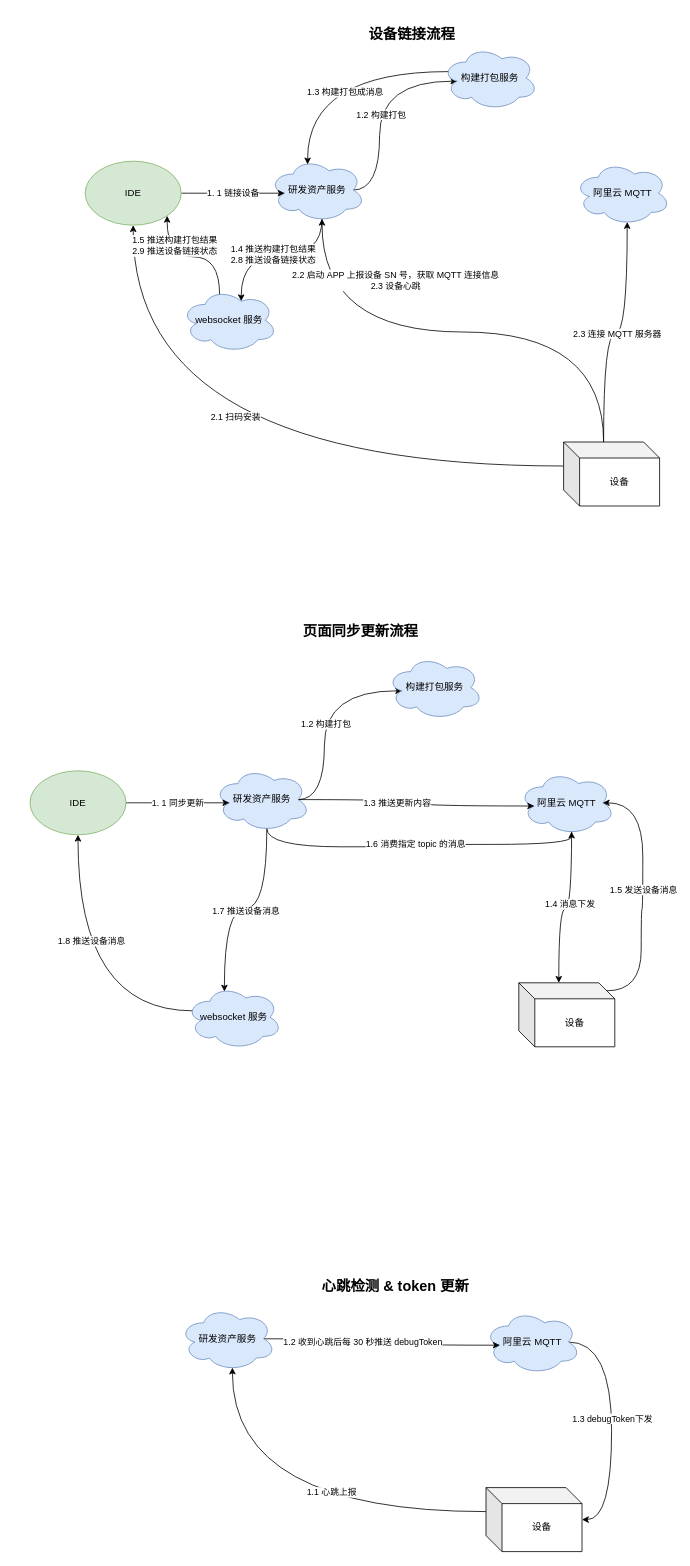
This is 部署图/真机调试系统流程图-阿里云 MQTT.drawio from yinjunfeng/UML, a draw.io file, before an edit. Source tidied: cells renumbered, new cells numbered last; positions are measured from the earlier drawing's top-left corner, leaving out a move shared by most shapes. Both pictures are drawn from the tidied source at 80%, with x=0, y=0 at pixel (30, 26).
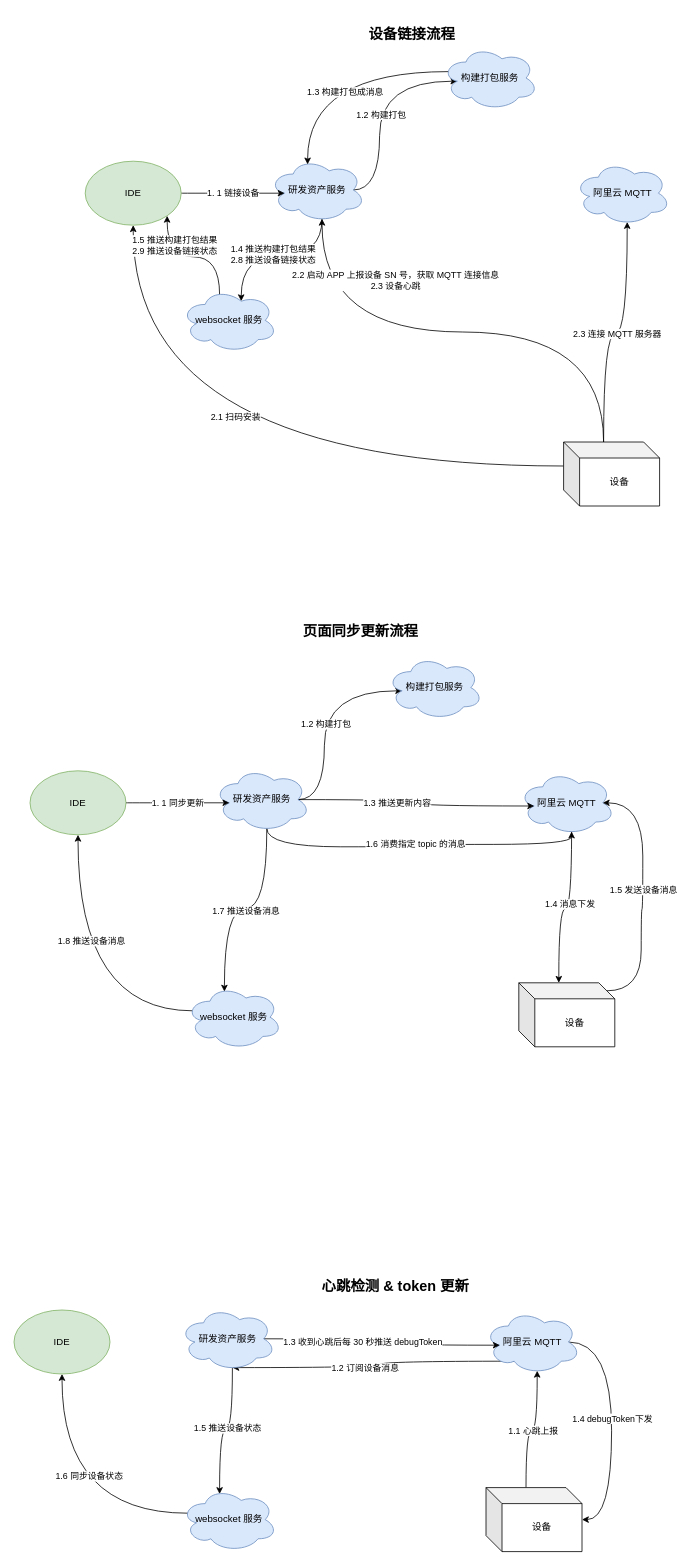
The same page after the edit.

Commit message:
Update 真机调试系统流程图-阿里云 MQTT.drawio

Unchanged cells that the change refers to:
```xml
<mxCell id="39" style="edgeStyle=orthogonalEdgeStyle;curved=1;rounded=0;jettySize=auto;html=1;exitX=0.875;exitY=0.5;exitDx=0;exitDy=0;exitPerimeter=0;entryX=1;entryY=0.5;entryDx=0;entryDy=0;entryPerimeter=0;" parent="1" edge="1" source="41" target="53">
  <mxGeometry relative="1" as="geometry">
    <Array as="points">
      <mxPoint x="727" y="1645" />
      <mxPoint x="727" y="1867" />
    </Array>
  </mxGeometry>
</mxCell>
<mxCell id="41" value="阿里云 MQTT" style="ellipse;shape=cloud;whiteSpace=wrap;html=1;fillColor=#dae8fc;strokeColor=#6c8ebf;" parent="1" vertex="1">
  <mxGeometry x="568" y="1605" width="120" height="80" as="geometry" />
</mxCell>
<mxCell id="42" style="edgeStyle=orthogonalEdgeStyle;curved=1;rounded=0;jettySize=auto;html=1;exitX=0.875;exitY=0.5;exitDx=0;exitDy=0;exitPerimeter=0;entryX=0.16;entryY=0.55;entryDx=0;entryDy=0;entryPerimeter=0;startArrow=none;startFill=0;" parent="1" edge="1" source="44" target="41">
  <mxGeometry relative="1" as="geometry" />
</mxCell>
<mxCell id="44" value="研发资产服务" style="ellipse;shape=cloud;whiteSpace=wrap;html=1;fillColor=#dae8fc;strokeColor=#6c8ebf;" parent="1" vertex="1">
  <mxGeometry x="187" y="1601" width="120" height="80" as="geometry" />
</mxCell>
<mxCell id="53" value="设备" style="shape=cube;whiteSpace=wrap;html=1;boundedLbl=1;backgroundOutline=1;darkOpacity=0.05;darkOpacity2=0.1;" parent="1" vertex="1">
  <mxGeometry x="570" y="1827" width="120" height="80" as="geometry" />
</mxCell>
```

Change to the diagram source:
```diff
@@
-    <mxCell id="40" value="1.3 debugToken下发" style="edgeLabel;html=1;align=center;verticalAlign=middle;" parent="39" vertex="1">
+    <mxCell id="40" value="1.4 debugToken下发" style="edgeLabel;html=1;align=center;verticalAlign=middle;" parent="39" vertex="1">
       <mxGeometry x="-0.05" relative="1" as="geometry" />
     </mxCell>
+    <mxCell id="54" style="edgeStyle=orthogonalEdgeStyle;curved=1;rounded=0;jettySize=auto;html=1;exitX=0.31;exitY=0.8;exitDx=0;exitDy=0;exitPerimeter=0;entryX=0.55;entryY=0.95;entryDx=0;entryDy=0;entryPerimeter=0;" parent="1" edge="1" source="41" target="44">
+      <mxGeometry relative="1" as="geometry" />
+    </mxCell>
+    <mxCell id="55" value="1.2 订阅设备消息" style="edgeLabel;html=1;align=center;verticalAlign=middle;" parent="54" vertex="1">
+      <mxGeometry x="0.08" relative="1" as="geometry" />
+    </mxCell>
@@
-    <mxCell id="43" value="1.2 收到心跳后每 30 秒推送 debugToken" style="edgeLabel;html=1;align=center;verticalAlign=middle;" parent="42" vertex="1">
+    <mxCell id="43" value="1.3 收到心跳后每 30 秒推送 debugToken" style="edgeLabel;html=1;align=center;verticalAlign=middle;" parent="42" vertex="1">
       <mxGeometry x="-0.19" y="-3" relative="1" as="geometry" />
     </mxCell>
+    <mxCell id="56" style="edgeStyle=orthogonalEdgeStyle;curved=1;rounded=0;jettySize=auto;html=1;exitX=0.55;exitY=0.95;exitDx=0;exitDy=0;exitPerimeter=0;entryX=0.4;entryY=0.1;entryDx=0;entryDy=0;entryPerimeter=0;" parent="1" edge="1" source="44" target="60">
+      <mxGeometry relative="1" as="geometry" />
+    </mxCell>
+    <mxCell id="57" value="1.5 推送设备状态" style="edgeLabel;html=1;align=center;verticalAlign=middle;" parent="56" vertex="1">
+      <mxGeometry x="-0.03" y="-2" relative="1" as="geometry" />
+    </mxCell>
@@
-    <mxCell id="51" style="edgeStyle=orthogonalEdgeStyle;curved=1;rounded=0;jettySize=auto;html=1;exitX=0;exitY=0;exitDx=0;exitDy=30;exitPerimeter=0;entryX=0.55;entryY=0.95;entryDx=0;entryDy=0;entryPerimeter=0;" parent="1" edge="1" source="53" target="44">
-      <mxGeometry relative="1" as="geometry" />
-    </mxCell>
-    <mxCell id="52" value="1.1 心跳上报" style="edgeLabel;html=1;align=center;verticalAlign=middle;" parent="51" vertex="1">
-      <mxGeometry x="-0.22" y="-25" relative="1" as="geometry" />
+    <mxCell id="52" value="1.1 心跳上报" style="edgeStyle=orthogonalEdgeStyle;curved=1;rounded=0;jettySize=auto;html=1;exitX=0;exitY=0;exitDx=50;exitDy=0;exitPerimeter=0;entryX=0.55;entryY=0.95;entryDx=0;entryDy=0;entryPerimeter=0;" parent="1" edge="1" source="53" target="41">
+      <mxGeometry relative="1" as="geometry" />
     </mxCell>
@@
+    <mxCell id="58" style="edgeStyle=orthogonalEdgeStyle;curved=1;rounded=0;jettySize=auto;html=1;exitX=0.07;exitY=0.4;exitDx=0;exitDy=0;exitPerimeter=0;" parent="1" edge="1" source="60" target="61">
+      <mxGeometry relative="1" as="geometry" />
+    </mxCell>
+    <mxCell id="59" value="1.6 同步设备状态" style="edgeLabel;html=1;align=center;verticalAlign=middle;" parent="58" vertex="1">
+      <mxGeometry x="0.23" y="-33" relative="1" as="geometry" />
+    </mxCell>
+    <mxCell id="60" value="websocket 服务" style="ellipse;shape=cloud;whiteSpace=wrap;html=1;fillColor=#dae8fc;strokeColor=#6c8ebf;" parent="1" vertex="1">
+      <mxGeometry x="189" y="1827" width="120" height="80" as="geometry" />
+    </mxCell>
+    <mxCell id="61" value="IDE" style="ellipse;whiteSpace=wrap;html=1;fillColor=#d5e8d4;strokeColor=#82b366;" parent="1" vertex="1">
+      <mxGeometry x="-20" y="1605" width="120" height="80" as="geometry" />
+    </mxCell>
```
